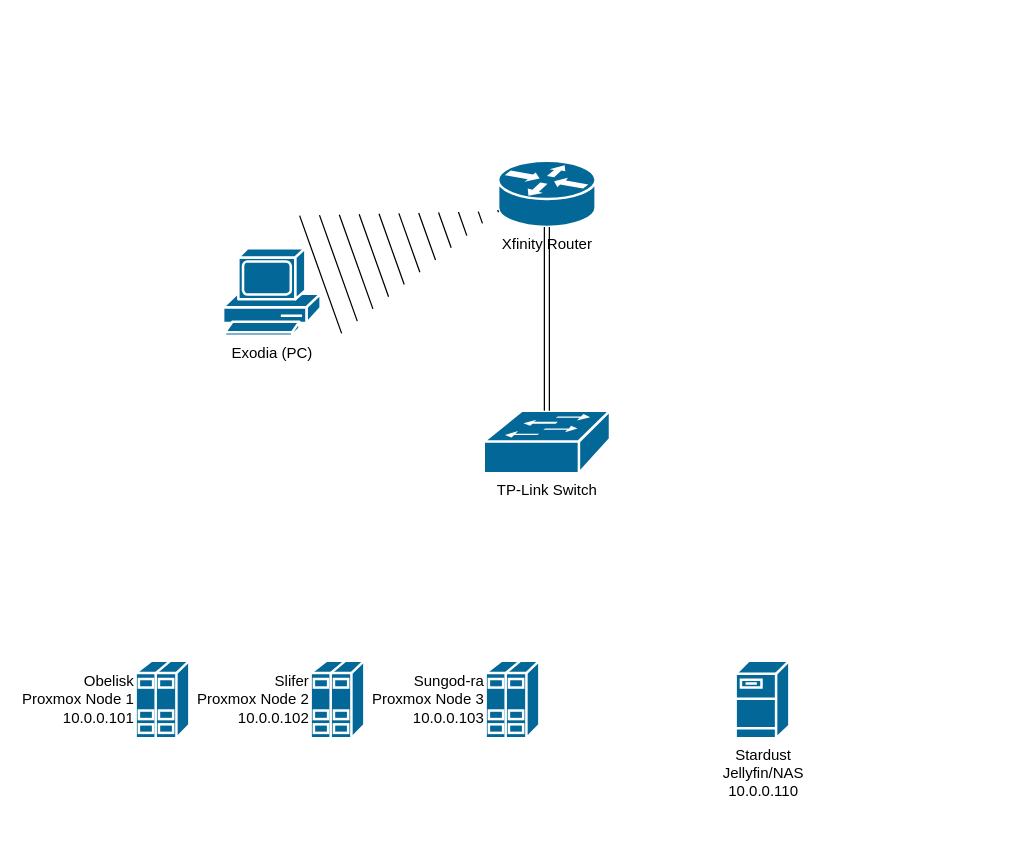
Earlier version of the draw.io diagram Home.drawio (sunhedrin/sunhedrin). Source tidied: cells renumbered, new cells numbered last; positions are measured from the earlier drawing's top-left corner, leaving out a move shared by most shapes. Both pictures are drawn from the tidied source at 125%, with x=0, y=0 at pixel (135, 160).
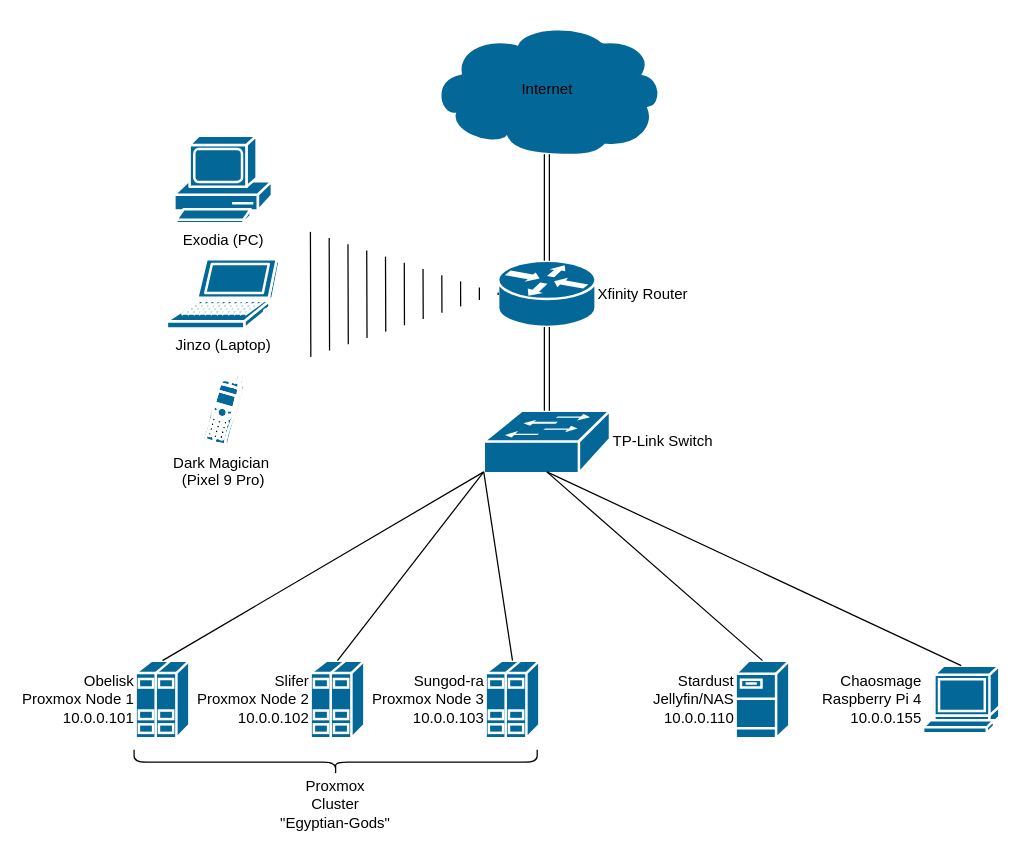
After the change.

Unchanged cells that the change refers to:
```xml
<mxCell id="8" value="&lt;div&gt;Obelisk&lt;/div&gt;&lt;div&gt;Proxmox Node 1&lt;/div&gt;&lt;div&gt;10.0.0.101&lt;/div&gt;" style="strokeColor=#ffffff;sketch=0;html=1;dashed=0;fillColor=#036897;strokeWidth=2;verticalLabelPosition=middle;verticalAlign=middle;align=right;outlineConnect=0;shape=mxgraph.cisco.servers.standard_host;labelPosition=left;" parent="1" vertex="1">
  <mxGeometry y="400" width="43" height="62" as="geometry" />
</mxCell>
<mxCell id="9" value="&lt;div&gt;Slifer&lt;/div&gt;&lt;div&gt;Proxmox Node 2&lt;/div&gt;&lt;div&gt;10.0.0.102&lt;/div&gt;" style="strokeColor=#ffffff;sketch=0;html=1;dashed=0;fillColor=#036897;strokeWidth=2;verticalLabelPosition=middle;verticalAlign=middle;align=right;outlineConnect=0;shape=mxgraph.cisco.servers.standard_host;labelPosition=left;" parent="1" vertex="1">
  <mxGeometry x="140" y="400" width="43" height="62" as="geometry" />
</mxCell>
<mxCell id="10" value="&lt;div&gt;Sungod-ra&lt;/div&gt;&lt;div&gt;Proxmox Node 3&lt;/div&gt;&lt;div&gt;10.0.0.103&lt;/div&gt;" style="strokeColor=#ffffff;sketch=0;html=1;dashed=0;fillColor=#036897;strokeWidth=2;verticalLabelPosition=middle;verticalAlign=middle;align=right;outlineConnect=0;shape=mxgraph.cisco.servers.standard_host;labelPosition=left;" parent="1" vertex="1">
  <mxGeometry x="280" y="400" width="43" height="62" as="geometry" />
</mxCell>
```

Change to the diagram source:
```diff
@@
     <mxCell id="2" value="&lt;div&gt;Exodia (PC)&lt;/div&gt;" style="sketch=0;html=1;dashed=0;fillColor=#036897;strokeColor=#ffffff;strokeWidth=2;verticalLabelPosition=bottom;verticalAlign=top;align=center;outlineConnect=0;shape=mxgraph.cisco.computers_and_peripherals.pc;" parent="1" vertex="1">
-      <mxGeometry x="70" y="70" width="78" height="70" as="geometry" />
+      <mxGeometry x="31" y="-20" width="78" height="70" as="geometry" />
     </mxCell>
-    <mxCell id="3" value="Xfinity Router" style="strokeColor=#ffffff;sketch=0;html=1;dashed=0;fillColor=#036897;strokeWidth=2;verticalLabelPosition=bottom;verticalAlign=top;align=center;outlineConnect=0;shape=mxgraph.cisco.routers.router;" parent="1" vertex="1">
-      <mxGeometry x="290" width="78" height="53" as="geometry" />
+    <mxCell id="3" value="Xfinity Router" style="strokeColor=#ffffff;sketch=0;html=1;dashed=0;fillColor=#036897;strokeWidth=2;verticalLabelPosition=middle;verticalAlign=middle;align=left;outlineConnect=0;shape=mxgraph.cisco.routers.router;labelPosition=right;" parent="1" vertex="1">
+      <mxGeometry x="290" y="80" width="78" height="53" as="geometry" />
     </mxCell>
-    <mxCell id="4" value="TP-Link Switch" style="strokeColor=#ffffff;sketch=0;html=1;dashed=0;fillColor=#036897;strokeWidth=2;verticalLabelPosition=bottom;verticalAlign=top;align=center;outlineConnect=0;shape=mxgraph.cisco.switches.workgroup_switch;" parent="1" vertex="1">
+    <mxCell id="4" value="TP-Link Switch" style="strokeColor=#ffffff;sketch=0;html=1;dashed=0;fillColor=#036897;strokeWidth=2;verticalLabelPosition=middle;verticalAlign=middle;align=left;outlineConnect=0;shape=mxgraph.cisco.switches.workgroup_switch;labelPosition=right;" parent="1" vertex="1">
       <mxGeometry x="278.5" y="200" width="101" height="50" as="geometry" />
     </mxCell>
-    <mxCell id="5" style="shape=mxgraph.arrows2.wedgeArrowDashed2;html=1;startWidth=50;stepSize=15;rounded=0;" parent="1" edge="1" source="2" target="3">
-      <mxGeometry relative="1" as="geometry" />
-    </mxCell>
@@
-    <mxCell id="7" value="&lt;div&gt;Stardust&lt;/div&gt;&lt;div&gt;Jellyfin/NAS&lt;/div&gt;&lt;div&gt;10.0.0.110&lt;/div&gt;" style="strokeColor=#ffffff;sketch=0;html=1;dashed=0;fillColor=#036897;strokeWidth=2;verticalLabelPosition=bottom;verticalAlign=top;align=center;outlineConnect=0;shape=mxgraph.cisco.servers.fileserver;" parent="1" vertex="1">
+    <mxCell id="7" value="&lt;div&gt;Stardust&lt;/div&gt;&lt;div&gt;Jellyfin/NAS&lt;/div&gt;&lt;div&gt;10.0.0.110&lt;/div&gt;" style="strokeColor=#ffffff;sketch=0;html=1;dashed=0;fillColor=#036897;strokeWidth=2;verticalLabelPosition=middle;verticalAlign=middle;align=right;outlineConnect=0;shape=mxgraph.cisco.servers.fileserver;labelPosition=left;" parent="1" vertex="1">
       <mxGeometry x="480" y="400" width="43" height="62" as="geometry" />
     </mxCell>
@@
+    <mxCell id="11" value="&lt;div&gt;Chaosmage&lt;/div&gt;&lt;div&gt;Raspberry Pi 4&lt;/div&gt;&lt;div&gt;10.0.0.155&lt;/div&gt;" style="sketch=0;html=1;dashed=0;fillColor=#036897;strokeColor=#ffffff;strokeWidth=2;verticalLabelPosition=middle;verticalAlign=middle;align=right;outlineConnect=0;shape=mxgraph.cisco.computers_and_peripherals.terminal;labelPosition=left;" parent="1" vertex="1">
+      <mxGeometry x="630" y="404" width="61" height="54" as="geometry" />
+    </mxCell>
+    <mxCell id="12" value="Jinzo (Laptop)" style="sketch=0;html=1;dashed=0;fillColor=#036897;strokeColor=#ffffff;strokeWidth=2;verticalLabelPosition=bottom;verticalAlign=top;align=center;shape=mxgraph.cisco.computers_and_peripherals.laptop;" parent="1" vertex="1">
+      <mxGeometry x="25" y="78.8" width="90" height="55.5" as="geometry" />
+    </mxCell>
+    <mxCell id="13" style="shape=mxgraph.arrows2.wedgeArrowDashed2;html=1;startWidth=50;stepSize=15;rounded=0;entryX=0;entryY=0.5;entryDx=0;entryDy=0;entryPerimeter=0;" parent="1" edge="1" target="3">
+      <mxGeometry relative="1" as="geometry">
+        <mxPoint x="140" y="107" as="sourcePoint" />
+      </mxGeometry>
+    </mxCell>
+    <mxCell id="14" value="Internet" style="strokeColor=#ffffff;sketch=0;html=1;dashed=0;fillColor=#036897;strokeWidth=2;verticalLabelPosition=middle;verticalAlign=middle;align=center;outlineConnect=0;shape=mxgraph.cisco.storage.cloud;labelPosition=center;fontColor=light-dark(#000000,#000000);" parent="1" vertex="1">
+      <mxGeometry x="236" y="-110" width="186" height="106" as="geometry" />
+    </mxCell>
+    <mxCell id="15" style="shape=link;html=1;rounded=0;entryX=0.5;entryY=0.99;entryDx=0;entryDy=0;entryPerimeter=0;exitX=0.5;exitY=0;exitDx=0;exitDy=0;exitPerimeter=0;" parent="1" edge="1" source="3" target="14">
+      <mxGeometry relative="1" as="geometry" />
+    </mxCell>
+    <mxCell id="16" value="&lt;div&gt;Dark Magician&amp;nbsp;&lt;/div&gt;&lt;div&gt;(Pixel 9 Pro)&lt;/div&gt;" style="sketch=0;html=1;dashed=0;fillColor=#036897;strokeColor=#ffffff;strokeWidth=2;verticalLabelPosition=bottom;verticalAlign=top;align=center;shape=mxgraph.cisco.modems_and_phones.cell_phone;" parent="1" vertex="1">
+      <mxGeometry x="53" y="170" width="34" height="58" as="geometry" />
+    </mxCell>
+    <mxCell id="17" style="shape=curlyBracket;whiteSpace=wrap;html=1;rounded=1;labelPosition=left;verticalLabelPosition=middle;align=right;verticalAlign=middle;size=0.5;rotation=-90;" parent="1" vertex="1">
+      <mxGeometry x="150" y="320" width="20" height="322.5" as="geometry" />
+    </mxCell>
+    <mxCell id="18" value="Proxmox Cluster &quot;Egyptian-Gods&quot;" style="text;html=1;whiteSpace=wrap;strokeColor=none;fillColor=none;align=center;verticalAlign=middle;rounded=0;" parent="1" vertex="1">
+      <mxGeometry x="115" y="500" width="90" height="30" as="geometry" />
+    </mxCell>
+    <mxCell id="19" style="endArrow=none;html=1;rounded=0;exitX=0.5;exitY=0;exitDx=0;exitDy=0;exitPerimeter=0;entryX=0;entryY=0.98;entryDx=0;entryDy=0;entryPerimeter=0;" parent="1" edge="1" source="8" target="4">
+      <mxGeometry relative="1" as="geometry" />
+    </mxCell>
+    <mxCell id="20" style="endArrow=none;html=1;rounded=0;exitX=0.5;exitY=0;exitDx=0;exitDy=0;exitPerimeter=0;entryX=0;entryY=0.98;entryDx=0;entryDy=0;entryPerimeter=0;" parent="1" edge="1" source="9" target="4">
+      <mxGeometry relative="1" as="geometry" />
+    </mxCell>
+    <mxCell id="21" style="endArrow=none;html=1;rounded=0;exitX=0.5;exitY=0;exitDx=0;exitDy=0;exitPerimeter=0;entryX=0;entryY=0.98;entryDx=0;entryDy=0;entryPerimeter=0;" parent="1" edge="1" source="10" target="4">
+      <mxGeometry relative="1" as="geometry" />
+    </mxCell>
+    <mxCell id="22" style="endArrow=none;html=1;rounded=0;exitX=0.5;exitY=0;exitDx=0;exitDy=0;exitPerimeter=0;entryX=0.5;entryY=0.98;entryDx=0;entryDy=0;entryPerimeter=0;" parent="1" edge="1" source="7" target="4">
+      <mxGeometry relative="1" as="geometry" />
+    </mxCell>
+    <mxCell id="23" style="endArrow=none;html=1;rounded=0;exitX=0.5;exitY=0;exitDx=0;exitDy=0;exitPerimeter=0;entryX=0.5;entryY=0.98;entryDx=0;entryDy=0;entryPerimeter=0;" parent="1" edge="1" source="11" target="4">
+      <mxGeometry relative="1" as="geometry" />
+    </mxCell>
```
